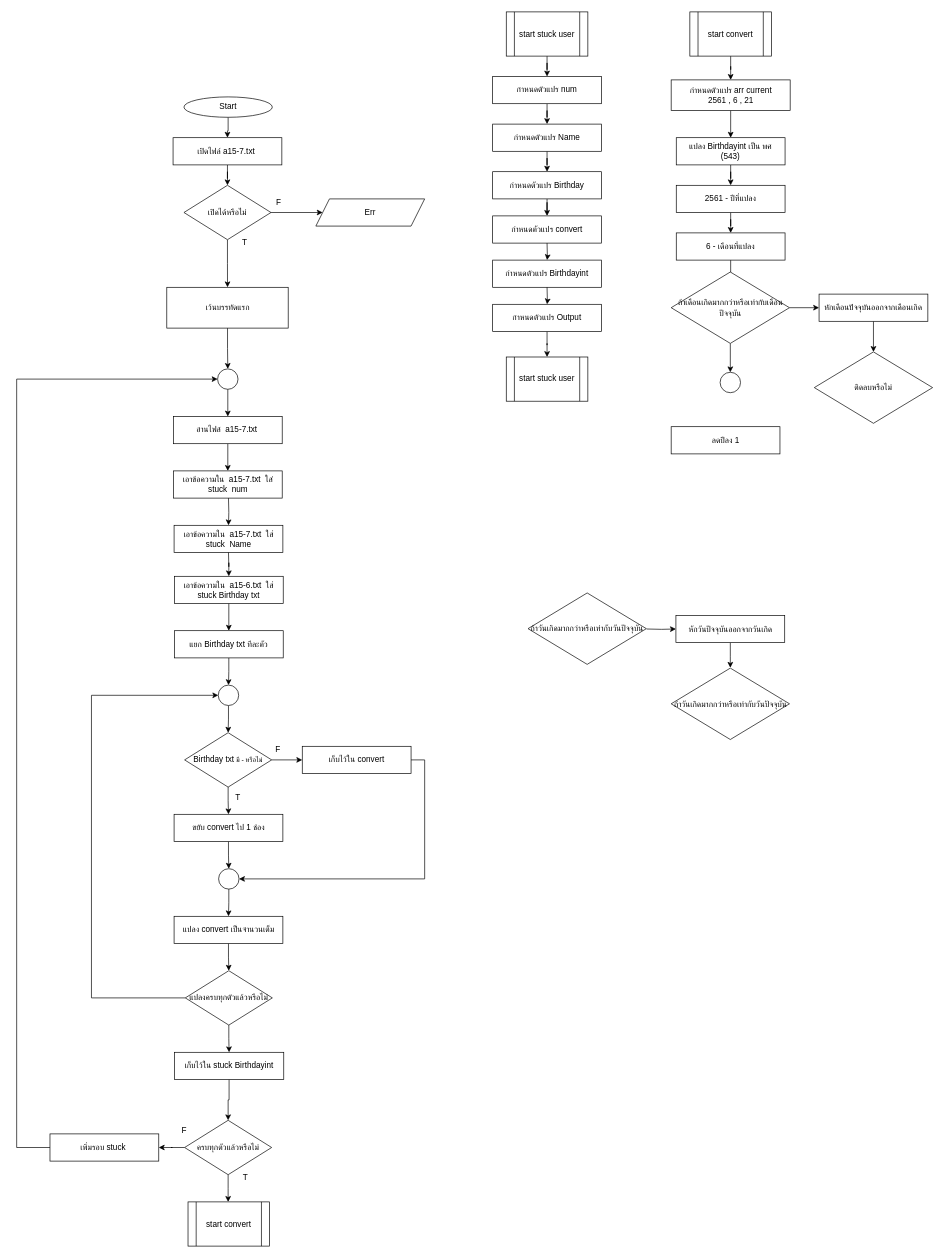
Before: HW/HW15/hw15-7/hw15-7.drawio in aphiwat-window/ENGCE117, a draw.io diagram. Source tidied: cells renumbered, new cells numbered last; positions are measured from the earlier drawing's top-left corner, leaving out a move shared by most shapes. Both pictures are drawn from the tidied source at 68%, with x=0, y=0 at pixel (16, 12).
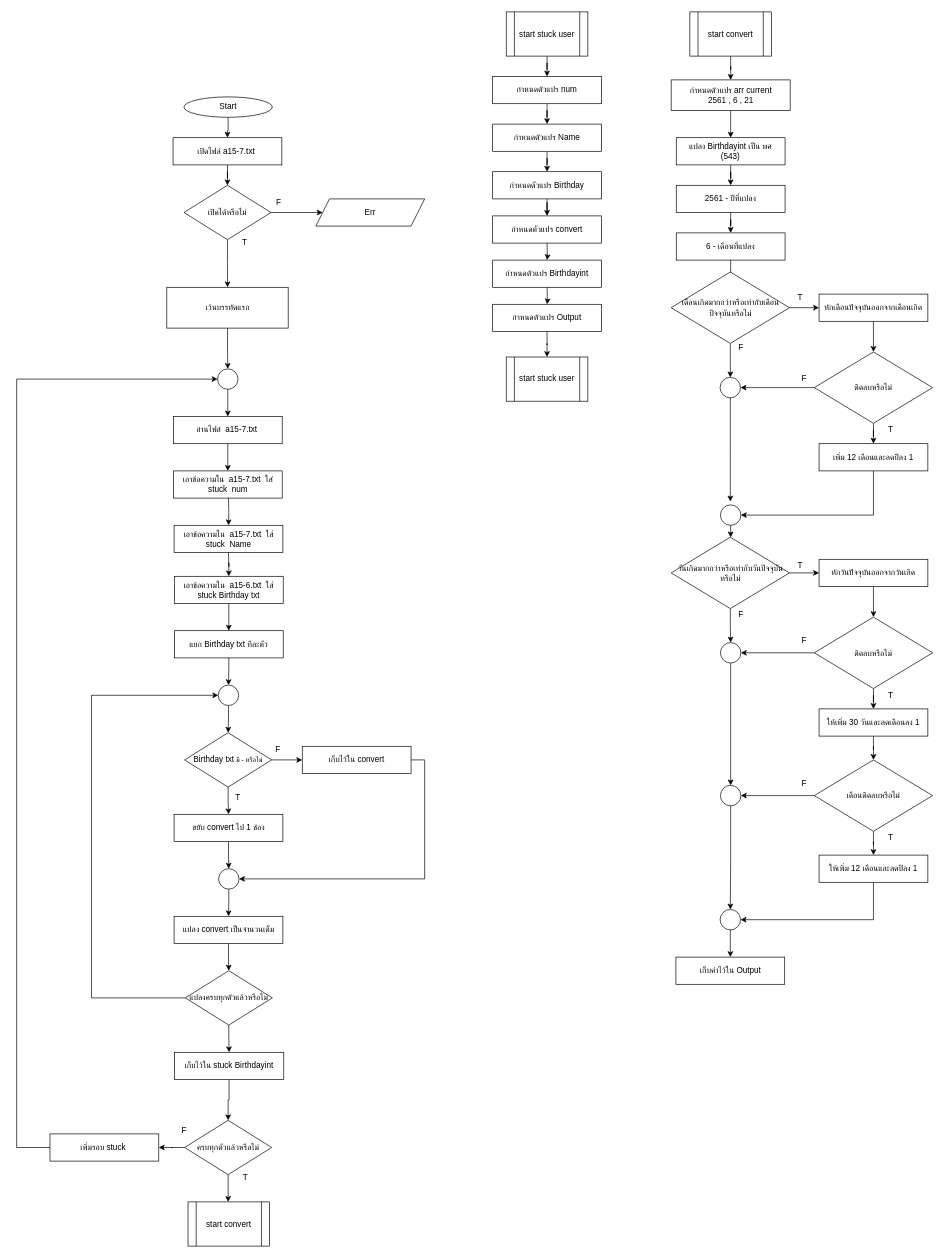
The same diagram, later.

What changed in the source:
```diff
@@
-    <mxCell id="80" style="edgeStyle=orthogonalEdgeStyle;rounded=0;jettySize=auto;html=1;" parent="1" edge="1" source="81" target="86">
-      <mxGeometry relative="1" as="geometry" />
-    </mxCell>
+    <mxCell id="92" style="edgeStyle=orthogonalEdgeStyle;rounded=0;jettySize=auto;html=1;" parent="1" edge="1" source="81" target="117">
+      <mxGeometry relative="1" as="geometry" />
+    </mxCell>
-    <mxCell id="81" value="ถ้าเดือนเกิดมากกว่าหรือเท่ากับเดือนปัจจุบัน" style="rhombus;whiteSpace=wrap;html=1;" parent="1" vertex="1">
+    <mxCell id="81" value="เดือนเกิดมากกว่าหรือเท่ากับเดือนปัจจุบันหรือไม่" style="rhombus;whiteSpace=wrap;html=1;" parent="1" vertex="1">
       <mxGeometry x="962.5" y="382.5" width="174" height="105" as="geometry" />
     </mxCell>
@@
+    <mxCell id="93" style="edgeStyle=orthogonalEdgeStyle;rounded=0;jettySize=auto;html=1;entryX=1;entryY=0.5;entryDx=0;entryDy=0;" parent="1" edge="1" source="84" target="96">
+      <mxGeometry relative="1" as="geometry">
+        <Array as="points">
+          <mxPoint x="1260" y="740" />
+        </Array>
+      </mxGeometry>
+    </mxCell>
-    <mxCell id="84" value="ลดปีลง 1" style="rounded=0;whiteSpace=wrap;html=1;" parent="1" vertex="1">
-      <mxGeometry x="962.5" y="610" width="160" height="40" as="geometry" />
+    <mxCell id="84" value="เพิ่ม 12 เดือนและลดปีลง 1" style="rounded=0;whiteSpace=wrap;html=1;" parent="1" vertex="1">
+      <mxGeometry x="1180" y="635" width="160" height="40" as="geometry" />
     </mxCell>
-    <mxCell id="85" value="ถ้าวันเกิดมากกว่าหรือเท่ากับวันปัจจุบัน" style="rhombus;whiteSpace=wrap;html=1;" parent="1" vertex="1">
-      <mxGeometry x="752" y="854.5" width="174" height="105" as="geometry" />
-    </mxCell>
-    <mxCell id="86" style="ellipse;whiteSpace=wrap;html=1;" parent="1" vertex="1">
-      <mxGeometry x="1034.5" y="530" width="30" height="30" as="geometry" />
-    </mxCell>
-    <mxCell id="87" style="edgeStyle=orthogonalEdgeStyle;rounded=0;jettySize=auto;html=1;" parent="1" edge="1" target="89">
-      <mxGeometry relative="1" as="geometry">
-        <mxPoint x="926.5" y="907.5" as="sourcePoint" />
-      </mxGeometry>
-    </mxCell>
-    <mxCell id="88" style="edgeStyle=orthogonalEdgeStyle;rounded=0;jettySize=auto;html=1;" parent="1" edge="1" source="89">
-      <mxGeometry relative="1" as="geometry">
-        <mxPoint x="1049.5" y="964.5" as="targetPoint" />
-      </mxGeometry>
-    </mxCell>
+    <mxCell id="94" style="edgeStyle=orthogonalEdgeStyle;rounded=0;jettySize=auto;html=1;" parent="1" edge="1" source="91" target="84">
+      <mxGeometry relative="1" as="geometry" />
+    </mxCell>
+    <mxCell id="95" style="edgeStyle=orthogonalEdgeStyle;rounded=0;jettySize=auto;html=1;entryX=1;entryY=0.5;entryDx=0;entryDy=0;" parent="1" edge="1" source="91" target="117">
+      <mxGeometry relative="1" as="geometry" />
+    </mxCell>
+    <mxCell id="91" value="ติดลบหรือไม่" style="rhombus;whiteSpace=wrap;html=1;" parent="1" vertex="1">
+      <mxGeometry x="1173" y="500" width="174" height="105" as="geometry" />
+    </mxCell>
+    <mxCell id="96" style="ellipse;whiteSpace=wrap;html=1;" parent="1" vertex="1">
+      <mxGeometry x="1035" y="725" width="30" height="30" as="geometry" />
+    </mxCell>
+    <mxCell id="97" style="edgeStyle=orthogonalEdgeStyle;rounded=0;jettySize=auto;html=1;" parent="1" edge="1" source="99" target="89">
+      <mxGeometry relative="1" as="geometry" />
+    </mxCell>
+    <mxCell id="98" style="edgeStyle=orthogonalEdgeStyle;rounded=0;jettySize=auto;html=1;" parent="1" edge="1" source="99" target="122">
+      <mxGeometry relative="1" as="geometry" />
+    </mxCell>
+    <mxCell id="99" value="วันเกิดมากกว่าหรือเท่ากับวันปัจจุบันหรือไม่" style="rhombus;whiteSpace=wrap;html=1;" parent="1" vertex="1">
+      <mxGeometry x="962.5" y="772.5" width="174" height="105" as="geometry" />
+    </mxCell>
+    <mxCell id="100" style="edgeStyle=orthogonalEdgeStyle;rounded=0;jettySize=auto;html=1;" parent="1" edge="1" source="89" target="105">
+      <mxGeometry relative="1" as="geometry" />
+    </mxCell>
     <mxCell id="89" value="หักวันปัจจุบันออกจากวันเกิด" style="rounded=0;whiteSpace=wrap;html=1;" parent="1" vertex="1">
-      <mxGeometry x="969.5" y="887.5" width="160" height="40" as="geometry" />
+      <mxGeometry x="1180" y="805" width="160" height="40" as="geometry" />
     </mxCell>
-    <mxCell id="90" value="ถ้าวันเกิดมากกว่าหรือเท่ากับวันปัจจุบัน" style="rhombus;whiteSpace=wrap;html=1;" parent="1" vertex="1">
-      <mxGeometry x="962.5" y="965" width="174" height="105" as="geometry" />
-    </mxCell>
-    <mxCell id="91" value="ติดลบหรือไม่" style="rhombus;whiteSpace=wrap;html=1;" parent="1" vertex="1">
-      <mxGeometry x="1173" y="500" width="174" height="105" as="geometry" />
-    </mxCell>
+    <mxCell id="101" style="edgeStyle=orthogonalEdgeStyle;rounded=0;jettySize=auto;html=1;" parent="1" edge="1" source="102" target="115">
+      <mxGeometry relative="1" as="geometry" />
+    </mxCell>
+    <mxCell id="102" value="ให้เพิ่ม 30 วันและลดเดือนลง 1" style="rounded=0;whiteSpace=wrap;html=1;" parent="1" vertex="1">
+      <mxGeometry x="1180" y="1025" width="160" height="40" as="geometry" />
+    </mxCell>
+    <mxCell id="103" style="edgeStyle=orthogonalEdgeStyle;rounded=0;jettySize=auto;html=1;" parent="1" edge="1" source="105" target="102">
+      <mxGeometry relative="1" as="geometry" />
+    </mxCell>
+    <mxCell id="104" style="edgeStyle=orthogonalEdgeStyle;rounded=0;jettySize=auto;html=1;" parent="1" edge="1" source="105" target="122">
+      <mxGeometry relative="1" as="geometry" />
+    </mxCell>
+    <mxCell id="105" value="ติดลบหรือไม่" style="rhombus;whiteSpace=wrap;html=1;" parent="1" vertex="1">
+      <mxGeometry x="1173" y="890" width="174" height="105" as="geometry" />
+    </mxCell>
+    <mxCell id="106" style="edgeStyle=orthogonalEdgeStyle;rounded=0;jettySize=auto;html=1;entryX=0.5;entryY=0;entryDx=0;entryDy=0;" parent="1" edge="1" source="107" target="129">
+      <mxGeometry relative="1" as="geometry" />
+    </mxCell>
+    <mxCell id="107" style="ellipse;whiteSpace=wrap;html=1;" parent="1" vertex="1">
+      <mxGeometry x="1035" y="1137.5" width="30" height="30" as="geometry" />
+    </mxCell>
+    <mxCell id="108" style="edgeStyle=orthogonalEdgeStyle;rounded=0;jettySize=auto;html=1;" parent="1" edge="1" target="99">
+      <mxGeometry relative="1" as="geometry">
+        <mxPoint x="1050" y="755" as="sourcePoint" />
+        <Array as="points">
+          <mxPoint x="1050" y="770" />
+          <mxPoint x="1050" y="770" />
+        </Array>
+      </mxGeometry>
+    </mxCell>
+    <mxCell id="109" value="F" style="text;html=1;align=center;verticalAlign=middle;strokeColor=none;fillColor=none;" parent="1" vertex="1">
+      <mxGeometry x="1050" y="477.5" width="30" height="30" as="geometry" />
+    </mxCell>
+    <mxCell id="110" value="T" style="text;html=1;align=center;verticalAlign=middle;strokeColor=none;fillColor=none;" parent="1" vertex="1">
+      <mxGeometry x="1136.5" y="405" width="30" height="30" as="geometry" />
+    </mxCell>
+    <mxCell id="111" value="F" style="text;html=1;align=center;verticalAlign=middle;strokeColor=none;fillColor=none;" parent="1" vertex="1">
+      <mxGeometry x="1050" y="871.2" width="30" height="30" as="geometry" />
+    </mxCell>
+    <mxCell id="112" value="T" style="text;html=1;align=center;verticalAlign=middle;strokeColor=none;fillColor=none;" parent="1" vertex="1">
+      <mxGeometry x="1136.5" y="798.8" width="30" height="30" as="geometry" />
+    </mxCell>
+    <mxCell id="113" style="edgeStyle=orthogonalEdgeStyle;rounded=0;jettySize=auto;html=1;" parent="1" edge="1" source="115" target="125">
+      <mxGeometry relative="1" as="geometry" />
+    </mxCell>
+    <mxCell id="114" style="edgeStyle=orthogonalEdgeStyle;rounded=0;jettySize=auto;html=1;" parent="1" edge="1" source="115" target="107">
+      <mxGeometry relative="1" as="geometry" />
+    </mxCell>
+    <mxCell id="115" value="เดือนติดลบหรือไม่" style="rhombus;whiteSpace=wrap;html=1;" parent="1" vertex="1">
+      <mxGeometry x="1173" y="1100" width="174" height="105" as="geometry" />
+    </mxCell>
+    <mxCell id="116" style="edgeStyle=orthogonalEdgeStyle;rounded=0;jettySize=auto;html=1;" parent="1" edge="1" source="117">
+      <mxGeometry relative="1" as="geometry">
+        <mxPoint x="1049.5" y="720" as="targetPoint" />
+      </mxGeometry>
+    </mxCell>
+    <mxCell id="117" style="ellipse;whiteSpace=wrap;html=1;" parent="1" vertex="1">
+      <mxGeometry x="1034.5" y="537.5" width="30" height="30" as="geometry" />
+    </mxCell>
+    <mxCell id="118" value="F" style="text;html=1;align=center;verticalAlign=middle;strokeColor=none;fillColor=none;" parent="1" vertex="1">
+      <mxGeometry x="1143" y="525" width="30" height="30" as="geometry" />
+    </mxCell>
+    <mxCell id="119" value="T" style="text;html=1;align=center;verticalAlign=middle;strokeColor=none;fillColor=none;" parent="1" vertex="1">
+      <mxGeometry x="1270" y="600" width="30" height="30" as="geometry" />
+    </mxCell>
+    <mxCell id="120" value="T" style="text;html=1;align=center;verticalAlign=middle;strokeColor=none;fillColor=none;" parent="1" vertex="1">
+      <mxGeometry x="1270" y="990" width="30" height="30" as="geometry" />
+    </mxCell>
+    <mxCell id="121" style="edgeStyle=orthogonalEdgeStyle;rounded=0;jettySize=auto;html=1;entryX=0.5;entryY=0;entryDx=0;entryDy=0;" parent="1" edge="1" source="122" target="107">
+      <mxGeometry relative="1" as="geometry" />
+    </mxCell>
+    <mxCell id="122" style="ellipse;whiteSpace=wrap;html=1;" parent="1" vertex="1">
+      <mxGeometry x="1035" y="927.5" width="30" height="30" as="geometry" />
+    </mxCell>
+    <mxCell id="123" value="F" style="text;html=1;align=center;verticalAlign=middle;strokeColor=none;fillColor=none;" parent="1" vertex="1">
+      <mxGeometry x="1143" y="910" width="30" height="30" as="geometry" />
+    </mxCell>
+    <mxCell id="124" style="edgeStyle=orthogonalEdgeStyle;rounded=0;jettySize=auto;html=1;entryX=1;entryY=0.5;entryDx=0;entryDy=0;" parent="1" edge="1" source="125" target="129">
+      <mxGeometry relative="1" as="geometry">
+        <Array as="points">
+          <mxPoint x="1260" y="1335" />
+        </Array>
+      </mxGeometry>
+    </mxCell>
+    <mxCell id="125" value="ให้เพิ่ม 12 เดือนและลดปีลง 1" style="rounded=0;whiteSpace=wrap;html=1;" parent="1" vertex="1">
+      <mxGeometry x="1180" y="1240" width="160" height="40" as="geometry" />
+    </mxCell>
+    <mxCell id="126" value="T" style="text;html=1;align=center;verticalAlign=middle;strokeColor=none;fillColor=none;" parent="1" vertex="1">
+      <mxGeometry x="1270" y="1200" width="30" height="30" as="geometry" />
+    </mxCell>
+    <mxCell id="127" value="F" style="text;html=1;align=center;verticalAlign=middle;strokeColor=none;fillColor=none;" parent="1" vertex="1">
+      <mxGeometry x="1143" y="1120" width="30" height="30" as="geometry" />
+    </mxCell>
+    <mxCell id="128" style="edgeStyle=orthogonalEdgeStyle;rounded=0;jettySize=auto;html=1;" parent="1" edge="1" source="129" target="130">
+      <mxGeometry relative="1" as="geometry" />
+    </mxCell>
+    <mxCell id="129" style="ellipse;whiteSpace=wrap;html=1;" parent="1" vertex="1">
+      <mxGeometry x="1034.5" y="1320" width="30" height="30" as="geometry" />
+    </mxCell>
+    <mxCell id="130" value="เก็บค่าไว้ใน Output" style="rounded=0;whiteSpace=wrap;html=1;" parent="1" vertex="1">
+      <mxGeometry x="969.5" y="1390" width="160" height="40" as="geometry" />
+    </mxCell>
```
